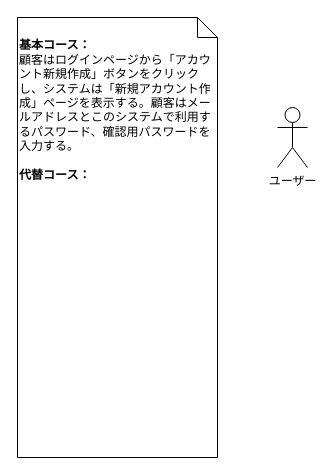
This is architecture/robastness/新しい顧客アカウントを作成する.drawio from rinotc/practice_iconix, a draw.io file, before an edit. Source tidied: cells renumbered, new cells numbered last; positions are measured from the earlier drawing's top-left corner, leaving out a move shared by most shapes. Both pictures are drawn from the tidied source at 100%, with x=0, y=0 at pixel (17, 17).
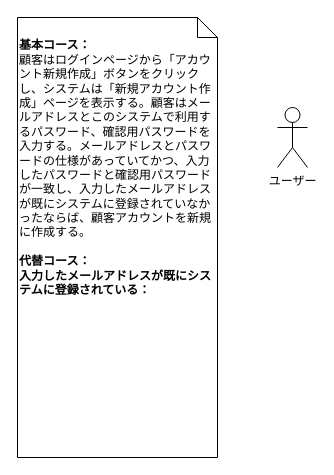
After the change.

Commit message (it also covers changes not shown here):
Update 新しい顧客アカウントを作成する.drawio

The edit, as a diff of the source:
```diff
@@
 <mxGraphModel>
   <root>
     <mxCell id="0" />
     <mxCell id="1" parent="0" />
     <mxCell id="2" value="ユーザー" style="shape=umlActor;verticalLabelPosition=bottom;verticalAlign=top;html=1;" parent="1" vertex="1">
       <mxGeometry x="260" y="90" width="30" height="60" as="geometry" />
     </mxCell>
-    <mxCell id="3" value="&lt;br&gt;&lt;b&gt;基本コース：&lt;br&gt;&lt;/b&gt;顧客はログインページから「アカウント新規作成」ボタンをクリックし、システムは「新規アカウント作成」ページを表示する。顧客はメールアドレスとこのシステムで利用するパスワード、確認用パスワードを入力する。&lt;br&gt;&lt;br&gt;&lt;b&gt;代替コース：&lt;br&gt;&lt;/b&gt;" style="shape=note;size=20;whiteSpace=wrap;html=1;align=left;verticalAlign=top;" parent="1" vertex="1">
+    <mxCell id="3" value="&lt;br&gt;&lt;b&gt;基本コース：&lt;br&gt;&lt;/b&gt;顧客はログインページから「アカウント新規作成」ボタンをクリックし、システムは「新規アカウント作成」ページを表示する。顧客はメールアドレスとこのシステムで利用するパスワード、確認用パスワードを入力する。メールアドレスとパスワードの仕様があっていてかつ、入力したパスワードと確認用パスワードが一致し、入力したメールアドレスが既にシステムに登録されていなかったならば、顧客アカウントを新規に作成する。&lt;br&gt;&lt;br&gt;&lt;b&gt;代替コース：&lt;/b&gt;&lt;br&gt;&lt;b&gt;入力したメールアドレスが既にシステムに登録されている：&lt;/b&gt;&lt;br&gt;" style="shape=note;size=20;whiteSpace=wrap;html=1;align=left;verticalAlign=top;" parent="1" vertex="1">
       <mxGeometry width="200" height="440" as="geometry" />
     </mxCell>
   </root>
 </mxGraphModel>
```
